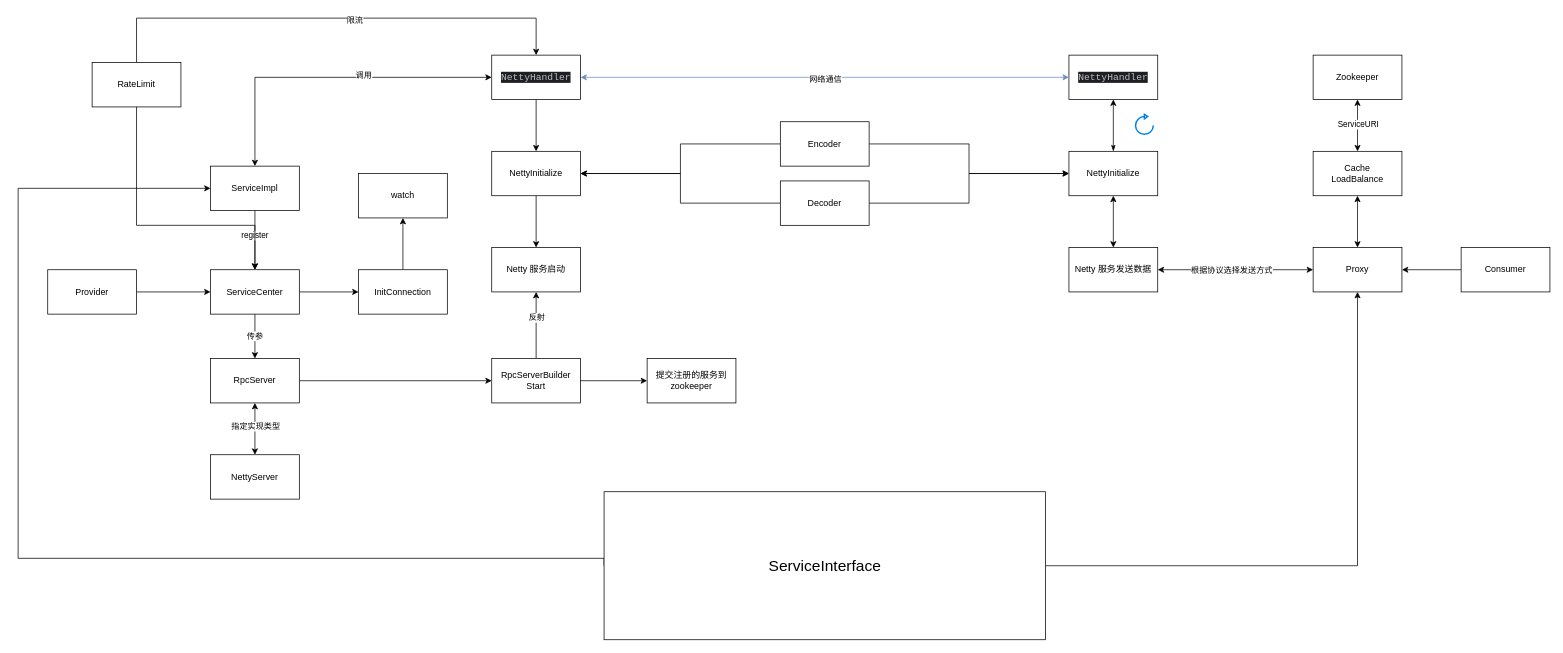
The draw.io diagram doc/framework.drawio in Rain-kl/ryan-rpc, before the edit. Source tidied: cells renumbered, new cells numbered last; positions are measured from the earlier drawing's top-left corner, leaving out a move shared by most shapes. Both pictures are drawn from the tidied source at 74%, with x=0, y=0 at pixel (18, 18).
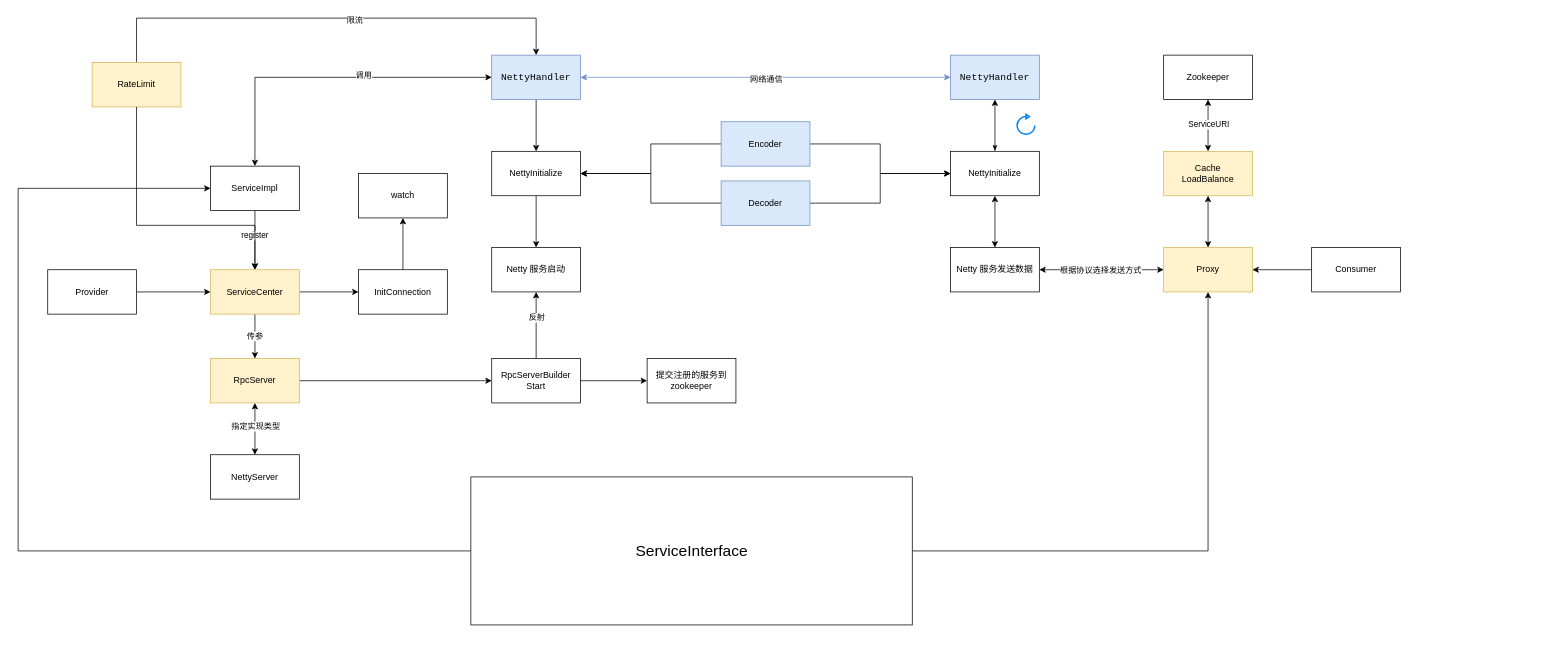
Above is the later version.

The change refers to these unchanged cells:
```xml
<mxCell id="9" value="ServiceImpl" style="rounded=0;whiteSpace=wrap;html=1;" parent="1" vertex="1">
  <mxGeometry x="260" y="200" width="120" height="60" as="geometry" />
</mxCell>
```

Change to the diagram source:
```diff
@@
-    <mxCell id="6" value="ServiceCenter" style="whiteSpace=wrap;html=1;rounded=0;" parent="1" vertex="1">
+    <mxCell id="6" value="ServiceCenter" style="whiteSpace=wrap;html=1;rounded=0;fillColor=#fff2cc;strokeColor=#d6b656;" parent="1" vertex="1">
       <mxGeometry x="260" y="340" width="120" height="60" as="geometry" />
     </mxCell>
@@
-    <mxCell id="11" value="RpcServer" style="whiteSpace=wrap;html=1;rounded=0;" parent="1" vertex="1">
+    <mxCell id="11" value="RpcServer" style="whiteSpace=wrap;html=1;rounded=0;fillColor=#fff2cc;strokeColor=#d6b656;" parent="1" vertex="1">
       <mxGeometry x="260" y="460" width="120" height="60" as="geometry" />
     </mxCell>
@@
-    <mxCell id="28" value="&lt;div style=&quot;background-color:#1e1f22;color:#bcbec4&quot;&gt;&lt;pre style=&quot;font-family:'JetBrains Mono',monospace;font-size:9.8pt;&quot;&gt;NettyHandler&lt;/pre&gt;&lt;/div&gt;" style="whiteSpace=wrap;html=1;" parent="1" vertex="1">
+    <mxCell id="28" value="&lt;div style=&quot;&quot;&gt;&lt;pre style=&quot;font-family:'JetBrains Mono',monospace;font-size:9.8pt;&quot;&gt;NettyHandler&lt;/pre&gt;&lt;/div&gt;" style="whiteSpace=wrap;html=1;fillColor=#dae8fc;strokeColor=#6c8ebf;fontColor=#000000;labelBackgroundColor=none;" parent="1" vertex="1">
       <mxGeometry x="640" y="50" width="120" height="60" as="geometry" />
     </mxCell>
@@
-    <mxCell id="31" value="Encoder" style="whiteSpace=wrap;html=1;rounded=0;" parent="1" vertex="1">
-      <mxGeometry x="1030" y="140" width="120" height="60" as="geometry" />
+    <mxCell id="31" value="Encoder" style="whiteSpace=wrap;html=1;rounded=0;fillColor=#dae8fc;strokeColor=#6c8ebf;" parent="1" vertex="1">
+      <mxGeometry x="950" y="140" width="120" height="60" as="geometry" />
     </mxCell>
@@
-    <mxCell id="34" value="Decoder" style="whiteSpace=wrap;html=1;rounded=0;" parent="1" vertex="1">
-      <mxGeometry x="1030" y="220" width="120" height="60" as="geometry" />
+    <mxCell id="34" value="Decoder" style="whiteSpace=wrap;html=1;rounded=0;fillColor=#dae8fc;strokeColor=#6c8ebf;" parent="1" vertex="1">
+      <mxGeometry x="950" y="220" width="120" height="60" as="geometry" />
     </mxCell>
@@
-    <mxCell id="36" value="&lt;div style=&quot;background-color:#1e1f22;color:#bcbec4&quot;&gt;&lt;pre style=&quot;font-family:'JetBrains Mono',monospace;font-size:9.8pt;&quot;&gt;NettyHandler&lt;/pre&gt;&lt;/div&gt;" style="whiteSpace=wrap;html=1;" parent="1" vertex="1">
-      <mxGeometry x="1420" y="50" width="120" height="60" as="geometry" />
+    <mxCell id="36" value="&lt;div style=&quot;&quot;&gt;&lt;pre style=&quot;font-family:'JetBrains Mono',monospace;font-size:9.8pt;&quot;&gt;NettyHandler&lt;/pre&gt;&lt;/div&gt;" style="whiteSpace=wrap;html=1;labelBackgroundColor=none;fillColor=#dae8fc;strokeColor=#6c8ebf;" parent="1" vertex="1">
+      <mxGeometry x="1260" y="50" width="120" height="60" as="geometry" />
     </mxCell>
@@
     <mxCell id="40" value="Netty 服务发送数据" style="whiteSpace=wrap;html=1;rounded=0;" parent="1" vertex="1">
-      <mxGeometry x="1420" y="310" width="120" height="60" as="geometry" />
+      <mxGeometry x="1260" y="310" width="120" height="60" as="geometry" />
     </mxCell>
@@
     <mxCell id="42" value="NettyInitialize" style="whiteSpace=wrap;html=1;rounded=0;" parent="1" vertex="1">
-      <mxGeometry x="1420" y="180" width="120" height="60" as="geometry" />
+      <mxGeometry x="1260" y="180" width="120" height="60" as="geometry" />
     </mxCell>
@@
     <mxCell id="44" value="Consumer" style="rounded=0;whiteSpace=wrap;html=1;" parent="1" vertex="1">
-      <mxGeometry x="1950" y="310" width="120" height="60" as="geometry" />
+      <mxGeometry x="1748" y="310" width="120" height="60" as="geometry" />
     </mxCell>
     <mxCell id="45" style="edgeStyle=orthogonalEdgeStyle;rounded=0;jettySize=auto;html=1;entryX=0;entryY=0.5;entryDx=0;entryDy=0;exitX=0;exitY=0.5;exitDx=0;exitDy=0;" parent="1" edge="1" source="47" target="9">
       <mxGeometry relative="1" as="geometry">
         <Array as="points">
-          <mxPoint x="792" y="730" />
-          <mxPoint y="730" />
+          <mxPoint y="720" />
           <mxPoint y="230" />
         </Array>
       </mxGeometry>
     </mxCell>
@@
     <mxCell id="47" value="&lt;font style=&quot;font-size: 21px;&quot;&gt;ServiceInterface&lt;/font&gt;" style="rounded=0;whiteSpace=wrap;html=1;" parent="1" vertex="1">
-      <mxGeometry x="791.8" y="640" width="596.5" height="200" as="geometry" />
+      <mxGeometry x="611.8" y="620" width="596.5" height="200" as="geometry" />
     </mxCell>
@@
-    <mxCell id="50" value="Proxy" style="whiteSpace=wrap;html=1;rounded=0;" parent="1" vertex="1">
-      <mxGeometry x="1750" y="310" width="120" height="60" as="geometry" />
+    <mxCell id="50" value="Proxy" style="whiteSpace=wrap;html=1;rounded=0;fillColor=#fff2cc;strokeColor=#d6b656;" parent="1" vertex="1">
+      <mxGeometry x="1548" y="310" width="120" height="60" as="geometry" />
     </mxCell>
     <mxCell id="51" value="Zookeeper" style="whiteSpace=wrap;html=1;rounded=0;" parent="1" vertex="1">
-      <mxGeometry x="1750" y="50" width="120" height="60" as="geometry" />
+      <mxGeometry x="1548" y="50" width="120" height="60" as="geometry" />
     </mxCell>
@@
-    <mxCell id="53" value="Cache&lt;div&gt;LoadBalance&lt;/div&gt;" style="whiteSpace=wrap;html=1;rounded=0;" parent="1" vertex="1">
-      <mxGeometry x="1750" y="180" width="120" height="60" as="geometry" />
+    <mxCell id="53" value="Cache&lt;div&gt;LoadBalance&lt;/div&gt;" style="whiteSpace=wrap;html=1;rounded=0;fillColor=#fff2cc;strokeColor=#d6b656;" parent="1" vertex="1">
+      <mxGeometry x="1548" y="180" width="120" height="60" as="geometry" />
     </mxCell>
@@
     <mxCell id="56" style="html=1;verticalLabelPosition=bottom;align=center;labelBackgroundColor=#ffffff;verticalAlign=top;strokeWidth=2;strokeColor=#0080F0;shadow=0;dashed=0;shape=mxgraph.ios7.icons.reload;" parent="1" vertex="1">
-      <mxGeometry x="1510" y="130" width="24" height="27" as="geometry" />
+      <mxGeometry x="1350" y="130" width="24" height="27" as="geometry" />
     </mxCell>
@@
-    <mxCell id="59" value="RateLimit" style="whiteSpace=wrap;html=1;rounded=0;" parent="1" vertex="1">
+    <mxCell id="59" value="RateLimit" style="whiteSpace=wrap;html=1;rounded=0;fillColor=#fff2cc;strokeColor=#d6b656;" parent="1" vertex="1">
       <mxGeometry x="100" y="60" width="120" height="60" as="geometry" />
     </mxCell>
```
